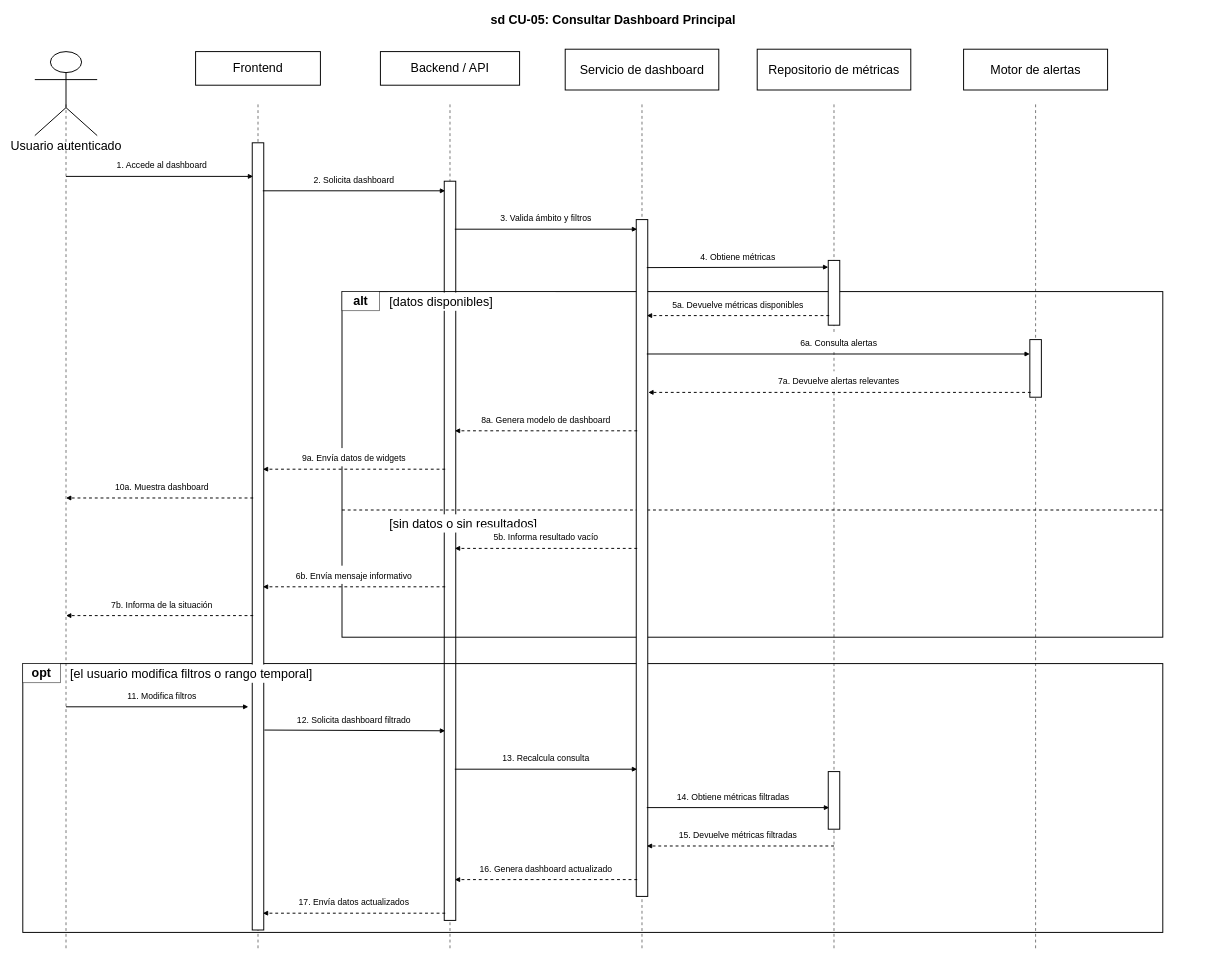
The draw.io diagram docs/memoria/diagrams/secuencia-cu05-consultar-dashboard-principal.drawio in Bania1/nuvlo-agile-dashboard, before the edit. Source tidied: cells renumbered, new cells numbered last; positions are measured from the earlier drawing's top-left corner, leaving out a move shared by most shapes. Both pictures are drawn from the tidied source at 48%, with x=0, y=0 at pixel (8, 8).
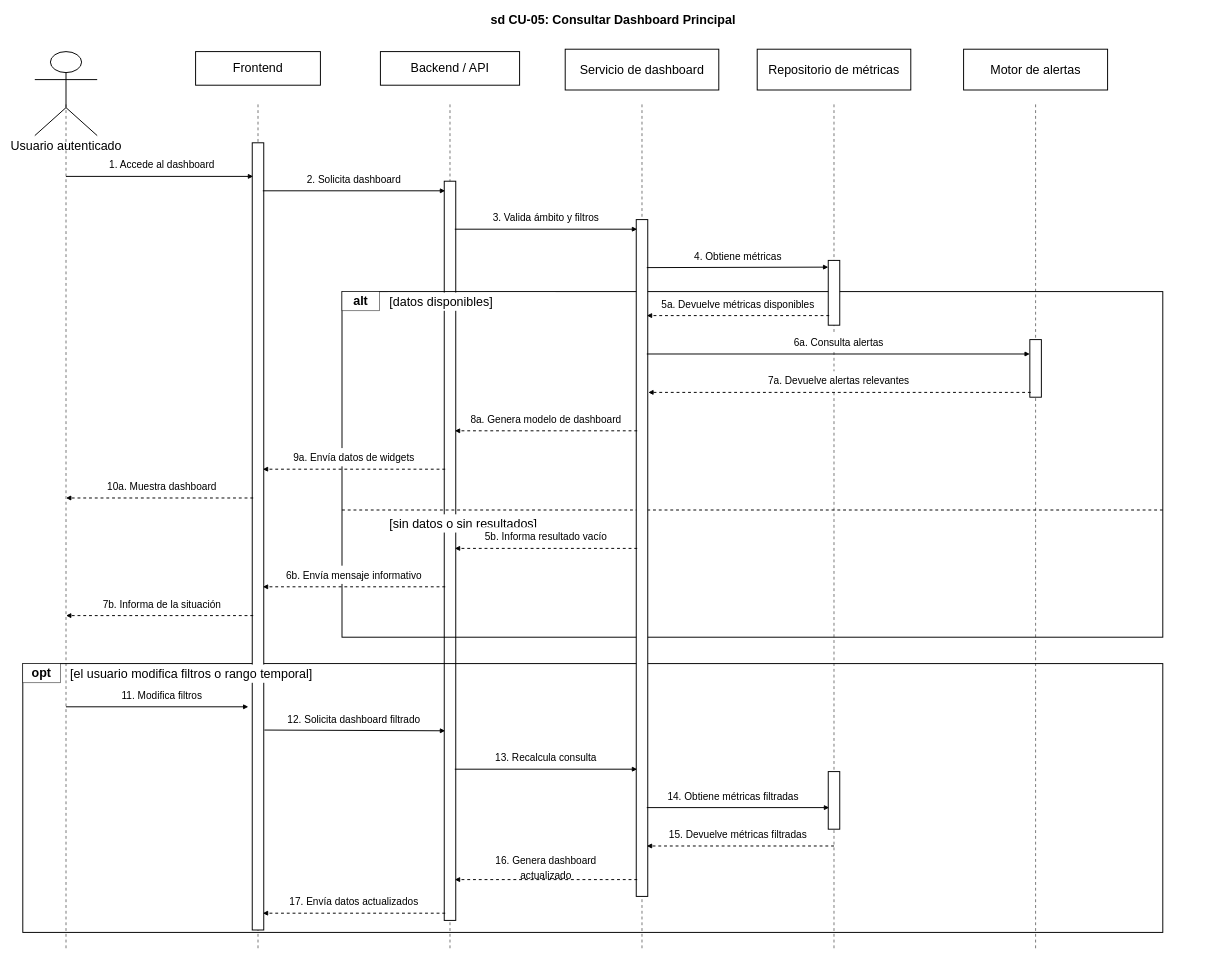
The same page after the edit.

Commit message (it also covers changes not shown here):
docs: actualiza diagramas de secuencia

Change to the diagram source:
```diff
@@
-    <mxCell id="29" value="&lt;font style=&quot;font-size: 18px;&quot;&gt;1. Accede al dashboard&lt;/font&gt;" style="text;html=1;strokeColor=none;fillColor=#ffffff;align=center;verticalAlign=middle;whiteSpace=wrap;rounded=0;fontSize=26;fontFamily=Helvetica;fontColor=#000000;spacing=4;" parent="1" vertex="1">
+    <mxCell id="29" value="&lt;font style=&quot;font-size: 21px;&quot;&gt;1. Accede al dashboard&lt;/font&gt;" style="text;html=1;strokeColor=none;fillColor=#ffffff;align=center;verticalAlign=middle;whiteSpace=wrap;rounded=0;fontSize=26;fontFamily=Helvetica;fontColor=#000000;spacing=4;" parent="1" vertex="1">
       <mxGeometry x="155" y="306" width="330" height="38" as="geometry" />
     </mxCell>
@@
-    <mxCell id="31" value="&lt;font style=&quot;font-size: 18px;&quot;&gt;2. Solicita dashboard&lt;/font&gt;" style="text;html=1;strokeColor=none;fillColor=#ffffff;align=center;verticalAlign=middle;whiteSpace=wrap;rounded=0;fontSize=26;fontFamily=Helvetica;fontColor=#000000;spacing=4;" parent="1" vertex="1">
+    <mxCell id="31" value="&lt;font style=&quot;font-size: 21px;&quot;&gt;2. Solicita dashboard&lt;/font&gt;" style="text;html=1;strokeColor=none;fillColor=#ffffff;align=center;verticalAlign=middle;whiteSpace=wrap;rounded=0;fontSize=26;fontFamily=Helvetica;fontColor=#000000;spacing=4;" parent="1" vertex="1">
       <mxGeometry x="555" y="336" width="330" height="38" as="geometry" />
     </mxCell>
@@
-    <mxCell id="33" value="&lt;font style=&quot;font-size: 18px;&quot;&gt;3. Valida ámbito y filtros&lt;/font&gt;" style="text;html=1;strokeColor=none;fillColor=#ffffff;align=center;verticalAlign=middle;whiteSpace=wrap;rounded=0;fontSize=26;fontFamily=Helvetica;fontColor=#000000;spacing=4;" parent="1" vertex="1">
+    <mxCell id="33" value="&lt;font style=&quot;font-size: 21px;&quot;&gt;3. Valida ámbito y filtros&lt;/font&gt;" style="text;html=1;strokeColor=none;fillColor=#ffffff;align=center;verticalAlign=middle;whiteSpace=wrap;rounded=0;fontSize=26;fontFamily=Helvetica;fontColor=#000000;spacing=4;" parent="1" vertex="1">
       <mxGeometry x="935" y="416" width="370" height="38" as="geometry" />
     </mxCell>
@@
-    <mxCell id="35" value="&lt;font style=&quot;font-size: 18px;&quot;&gt;4. Obtiene métricas&lt;/font&gt;" style="text;html=1;strokeColor=none;fillColor=#ffffff;align=center;verticalAlign=middle;whiteSpace=wrap;rounded=0;fontSize=26;fontFamily=Helvetica;fontColor=#000000;spacing=4;" parent="1" vertex="1">
+    <mxCell id="35" value="&lt;font style=&quot;font-size: 21px;&quot;&gt;4. Obtiene métricas&lt;/font&gt;" style="text;html=1;strokeColor=none;fillColor=#ffffff;align=center;verticalAlign=middle;whiteSpace=wrap;rounded=0;fontSize=26;fontFamily=Helvetica;fontColor=#000000;spacing=4;" parent="1" vertex="1">
       <mxGeometry x="1355" y="496" width="330" height="38" as="geometry" />
     </mxCell>
@@
-    <mxCell id="37" value="&lt;font style=&quot;font-size: 18px;&quot;&gt;5a. Devuelve métricas disponibles&lt;/font&gt;" style="text;html=1;strokeColor=none;fillColor=#ffffff;align=center;verticalAlign=middle;whiteSpace=wrap;rounded=0;fontSize=26;fontFamily=Helvetica;fontColor=#000000;spacing=4;" parent="1" vertex="1">
+    <mxCell id="37" value="&lt;font style=&quot;font-size: 21px;&quot;&gt;5a. Devuelve métricas disponibles&lt;/font&gt;" style="text;html=1;strokeColor=none;fillColor=#ffffff;align=center;verticalAlign=middle;whiteSpace=wrap;rounded=0;fontSize=26;fontFamily=Helvetica;fontColor=#000000;spacing=4;" parent="1" vertex="1">
       <mxGeometry x="1340" y="596" width="360" height="38" as="geometry" />
     </mxCell>
@@
-    <mxCell id="39" value="&lt;font style=&quot;font-size: 18px;&quot;&gt;6a. Consulta alertas&lt;/font&gt;" style="text;html=1;strokeColor=none;fillColor=#ffffff;align=center;verticalAlign=middle;whiteSpace=wrap;rounded=0;fontSize=26;fontFamily=Helvetica;fontColor=#000000;spacing=4;" parent="1" vertex="1">
+    <mxCell id="39" value="&lt;font style=&quot;font-size: 21px;&quot;&gt;6a. Consulta alertas&lt;/font&gt;" style="text;html=1;strokeColor=none;fillColor=#ffffff;align=center;verticalAlign=middle;whiteSpace=wrap;rounded=0;fontSize=26;fontFamily=Helvetica;fontColor=#000000;spacing=4;" parent="1" vertex="1">
       <mxGeometry x="1550" y="676" width="360" height="38" as="geometry" />
     </mxCell>
@@
-    <mxCell id="41" value="&lt;font style=&quot;font-size: 18px;&quot;&gt;7a. Devuelve alertas relevantes&lt;/font&gt;" style="text;html=1;strokeColor=none;fillColor=#ffffff;align=center;verticalAlign=middle;whiteSpace=wrap;rounded=0;fontSize=26;fontFamily=Helvetica;fontColor=#000000;spacing=4;" parent="1" vertex="1">
+    <mxCell id="41" value="&lt;font style=&quot;font-size: 21px;&quot;&gt;7a. Devuelve alertas relevantes&lt;/font&gt;" style="text;html=1;strokeColor=none;fillColor=#ffffff;align=center;verticalAlign=middle;whiteSpace=wrap;rounded=0;fontSize=26;fontFamily=Helvetica;fontColor=#000000;spacing=4;" parent="1" vertex="1">
       <mxGeometry x="1550" y="756" width="360" height="38" as="geometry" />
     </mxCell>
@@
-    <mxCell id="43" value="&lt;font style=&quot;font-size: 18px;&quot;&gt;8a. Genera modelo de dashboard&lt;/font&gt;" style="text;html=1;strokeColor=none;fillColor=#ffffff;align=center;verticalAlign=middle;whiteSpace=wrap;rounded=0;fontSize=26;fontFamily=Helvetica;fontColor=#000000;spacing=4;" parent="1" vertex="1">
+    <mxCell id="43" value="&lt;font style=&quot;font-size: 21px;&quot;&gt;8a. Genera modelo de dashboard&lt;/font&gt;" style="text;html=1;strokeColor=none;fillColor=#ffffff;align=center;verticalAlign=middle;whiteSpace=wrap;rounded=0;fontSize=26;fontFamily=Helvetica;fontColor=#000000;spacing=4;" parent="1" vertex="1">
       <mxGeometry x="935" y="836" width="370" height="38" as="geometry" />
     </mxCell>
@@
-    <mxCell id="45" value="&lt;font style=&quot;font-size: 18px;&quot;&gt;9a. Envía datos de widgets&lt;/font&gt;" style="text;html=1;strokeColor=none;fillColor=#ffffff;align=center;verticalAlign=middle;whiteSpace=wrap;rounded=0;fontSize=26;fontFamily=Helvetica;fontColor=#000000;spacing=4;" parent="1" vertex="1">
+    <mxCell id="45" value="&lt;font style=&quot;font-size: 21px;&quot;&gt;9a. Envía datos de widgets&lt;/font&gt;" style="text;html=1;strokeColor=none;fillColor=#ffffff;align=center;verticalAlign=middle;whiteSpace=wrap;rounded=0;fontSize=26;fontFamily=Helvetica;fontColor=#000000;spacing=4;" parent="1" vertex="1">
       <mxGeometry x="555" y="916" width="330" height="38" as="geometry" />
     </mxCell>
@@
-    <mxCell id="47" value="&lt;font style=&quot;font-size: 18px;&quot;&gt;10a. Muestra dashboard&lt;/font&gt;" style="text;html=1;strokeColor=none;fillColor=#ffffff;align=center;verticalAlign=middle;whiteSpace=wrap;rounded=0;fontSize=26;fontFamily=Helvetica;fontColor=#000000;spacing=4;" parent="1" vertex="1">
+    <mxCell id="47" value="&lt;font style=&quot;font-size: 21px;&quot;&gt;10a. Muestra dashboard&lt;/font&gt;" style="text;html=1;strokeColor=none;fillColor=#ffffff;align=center;verticalAlign=middle;whiteSpace=wrap;rounded=0;fontSize=26;fontFamily=Helvetica;fontColor=#000000;spacing=4;" parent="1" vertex="1">
       <mxGeometry x="155" y="976" width="330" height="38" as="geometry" />
     </mxCell>
@@
-    <mxCell id="49" value="&lt;font style=&quot;font-size: 18px;&quot;&gt;5b. Informa resultado vacío&lt;/font&gt;" style="text;html=1;strokeColor=none;fillColor=#ffffff;align=center;verticalAlign=middle;whiteSpace=wrap;rounded=0;fontSize=26;fontFamily=Helvetica;fontColor=#000000;spacing=4;" parent="1" vertex="1">
+    <mxCell id="49" value="&lt;font style=&quot;font-size: 21px;&quot;&gt;5b. Informa resultado vacío&lt;/font&gt;" style="text;html=1;strokeColor=none;fillColor=#ffffff;align=center;verticalAlign=middle;whiteSpace=wrap;rounded=0;fontSize=26;fontFamily=Helvetica;fontColor=#000000;spacing=4;" parent="1" vertex="1">
       <mxGeometry x="955" y="1081" width="330" height="38" as="geometry" />
     </mxCell>
@@
-    <mxCell id="51" value="&lt;font style=&quot;font-size: 18px;&quot;&gt;6b. Envía mensaje informativo&lt;/font&gt;" style="text;html=1;strokeColor=none;fillColor=#ffffff;align=center;verticalAlign=middle;whiteSpace=wrap;rounded=0;fontSize=26;fontFamily=Helvetica;fontColor=#000000;spacing=4;" parent="1" vertex="1">
+    <mxCell id="51" value="&lt;font style=&quot;font-size: 21px;&quot;&gt;6b. Envía mensaje informativo&lt;/font&gt;" style="text;html=1;strokeColor=none;fillColor=#ffffff;align=center;verticalAlign=middle;whiteSpace=wrap;rounded=0;fontSize=26;fontFamily=Helvetica;fontColor=#000000;spacing=4;" parent="1" vertex="1">
       <mxGeometry x="545" y="1161" width="350" height="38" as="geometry" />
     </mxCell>
@@
-    <mxCell id="53" value="&lt;font style=&quot;font-size: 18px;&quot;&gt;7b. Informa de la situación&lt;/font&gt;" style="text;html=1;strokeColor=none;fillColor=#ffffff;align=center;verticalAlign=middle;whiteSpace=wrap;rounded=0;fontSize=26;fontFamily=Helvetica;fontColor=#000000;spacing=4;" parent="1" vertex="1">
+    <mxCell id="53" value="&lt;font style=&quot;font-size: 21px;&quot;&gt;7b. Informa de la situación&lt;/font&gt;" style="text;html=1;strokeColor=none;fillColor=#ffffff;align=center;verticalAlign=middle;whiteSpace=wrap;rounded=0;fontSize=26;fontFamily=Helvetica;fontColor=#000000;spacing=4;" parent="1" vertex="1">
       <mxGeometry x="135" y="1221" width="370" height="38" as="geometry" />
     </mxCell>
@@
-    <mxCell id="55" value="&lt;font style=&quot;font-size: 18px;&quot;&gt;11. Modifica filtros&lt;/font&gt;" style="text;html=1;strokeColor=none;fillColor=#ffffff;align=center;verticalAlign=middle;whiteSpace=wrap;rounded=0;fontSize=26;fontFamily=Helvetica;fontColor=#000000;spacing=4;" parent="1" vertex="1">
+    <mxCell id="55" value="&lt;font style=&quot;font-size: 21px;&quot;&gt;11. Modifica filtros&lt;/font&gt;" style="text;html=1;strokeColor=none;fillColor=#ffffff;align=center;verticalAlign=middle;whiteSpace=wrap;rounded=0;fontSize=26;fontFamily=Helvetica;fontColor=#000000;spacing=4;" parent="1" vertex="1">
       <mxGeometry x="165" y="1411" width="310" height="38" as="geometry" />
     </mxCell>
@@
-    <mxCell id="57" value="&lt;font style=&quot;font-size: 18px;&quot;&gt;12. Solicita dashboard filtrado&lt;/font&gt;" style="text;html=1;strokeColor=none;fillColor=#ffffff;align=center;verticalAlign=middle;whiteSpace=wrap;rounded=0;fontSize=26;fontFamily=Helvetica;fontColor=#000000;spacing=4;" parent="1" vertex="1">
+    <mxCell id="57" value="&lt;font style=&quot;font-size: 21px;&quot;&gt;12. Solicita dashboard filtrado&lt;/font&gt;" style="text;html=1;strokeColor=none;fillColor=#ffffff;align=center;verticalAlign=middle;whiteSpace=wrap;rounded=0;fontSize=26;fontFamily=Helvetica;fontColor=#000000;spacing=4;" parent="1" vertex="1">
       <mxGeometry x="565" y="1461" width="310" height="38" as="geometry" />
     </mxCell>
@@
-    <mxCell id="59" value="&lt;font style=&quot;font-size: 18px;&quot;&gt;13. Recalcula consulta&lt;/font&gt;" style="text;html=1;strokeColor=none;fillColor=#ffffff;align=center;verticalAlign=middle;whiteSpace=wrap;rounded=0;fontSize=26;fontFamily=Helvetica;fontColor=#000000;spacing=4;" parent="1" vertex="1">
+    <mxCell id="59" value="&lt;font style=&quot;font-size: 21px;&quot;&gt;13. Recalcula consulta&lt;/font&gt;" style="text;html=1;strokeColor=none;fillColor=#ffffff;align=center;verticalAlign=middle;whiteSpace=wrap;rounded=0;fontSize=26;fontFamily=Helvetica;fontColor=#000000;spacing=4;" parent="1" vertex="1">
       <mxGeometry x="955" y="1541" width="330" height="38" as="geometry" />
     </mxCell>
@@
-    <mxCell id="61" value="&lt;font style=&quot;font-size: 18px;&quot;&gt;14. Obtiene métricas filtradas&lt;/font&gt;" style="text;html=1;strokeColor=none;fillColor=#ffffff;align=center;verticalAlign=middle;whiteSpace=wrap;rounded=0;fontSize=26;fontFamily=Helvetica;fontColor=#000000;spacing=4;" parent="1" vertex="1">
+    <mxCell id="61" value="&lt;font style=&quot;font-size: 21px;&quot;&gt;14. Obtiene métricas filtradas&lt;/font&gt;" style="text;html=1;strokeColor=none;fillColor=#ffffff;align=center;verticalAlign=middle;whiteSpace=wrap;rounded=0;fontSize=26;fontFamily=Helvetica;fontColor=#000000;spacing=4;" parent="1" vertex="1">
       <mxGeometry x="1355" y="1621" width="310" height="38" as="geometry" />
     </mxCell>
@@
-    <mxCell id="63" value="&lt;font style=&quot;font-size: 18px;&quot;&gt;15. Devuelve métricas filtradas&lt;/font&gt;" style="text;html=1;strokeColor=none;fillColor=#ffffff;align=center;verticalAlign=middle;whiteSpace=wrap;rounded=0;fontSize=26;fontFamily=Helvetica;fontColor=#000000;spacing=4;" parent="1" vertex="1">
+    <mxCell id="63" value="&lt;font style=&quot;font-size: 21px;&quot;&gt;15. Devuelve métricas filtradas&lt;/font&gt;" style="text;html=1;strokeColor=none;fillColor=#ffffff;align=center;verticalAlign=middle;whiteSpace=wrap;rounded=0;fontSize=26;fontFamily=Helvetica;fontColor=#000000;spacing=4;" parent="1" vertex="1">
       <mxGeometry x="1355" y="1701" width="330" height="38" as="geometry" />
     </mxCell>
@@
-    <mxCell id="65" value="&lt;font style=&quot;font-size: 18px;&quot;&gt;16. Genera dashboard actualizado&lt;/font&gt;" style="text;html=1;strokeColor=none;fillColor=#ffffff;align=center;verticalAlign=middle;whiteSpace=wrap;rounded=0;fontSize=26;fontFamily=Helvetica;fontColor=#000000;spacing=4;" parent="1" vertex="1">
+    <mxCell id="65" value="&lt;font style=&quot;font-size: 21px;&quot;&gt;16. Genera dashboard actualizado&lt;/font&gt;" style="text;html=1;strokeColor=none;fillColor=#ffffff;align=center;verticalAlign=middle;whiteSpace=wrap;rounded=0;fontSize=26;fontFamily=Helvetica;fontColor=#000000;spacing=4;" parent="1" vertex="1">
       <mxGeometry x="965" y="1771" width="310" height="38" as="geometry" />
     </mxCell>
@@
-    <mxCell id="67" value="&lt;font style=&quot;font-size: 18px;&quot;&gt;17. Envía datos actualizados&lt;/font&gt;" style="text;html=1;strokeColor=none;fillColor=#ffffff;align=center;verticalAlign=middle;whiteSpace=wrap;rounded=0;fontSize=26;fontFamily=Helvetica;fontColor=#000000;spacing=4;" parent="1" vertex="1">
+    <mxCell id="67" value="&lt;font style=&quot;font-size: 21px;&quot;&gt;17. Envía datos actualizados&lt;/font&gt;" style="text;html=1;strokeColor=none;fillColor=#ffffff;align=center;verticalAlign=middle;whiteSpace=wrap;rounded=0;fontSize=26;fontFamily=Helvetica;fontColor=#000000;spacing=4;" parent="1" vertex="1">
       <mxGeometry x="555" y="1841" width="330" height="38" as="geometry" />
     </mxCell>
```
